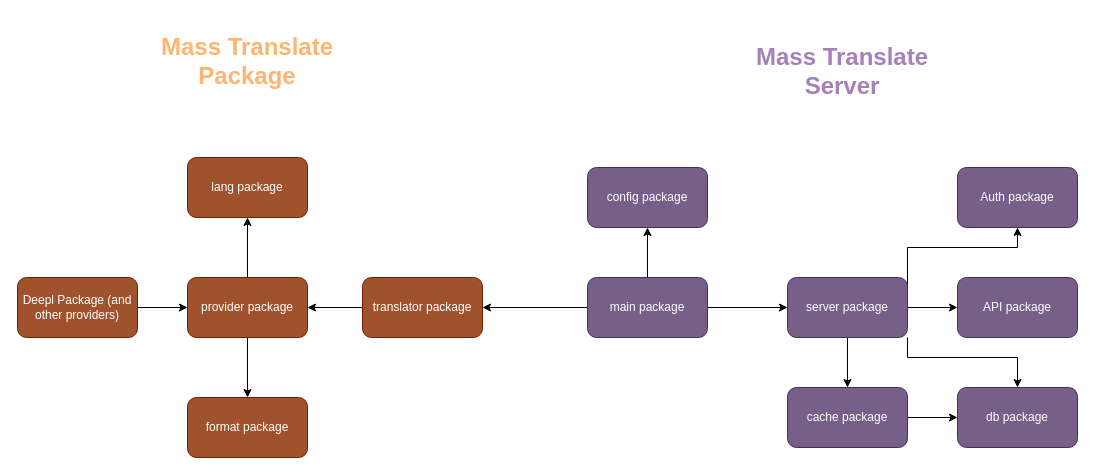
The draw.io diagram diagrams/source/package diagram.drawio in o0n1x/sublate-go, before the edit. Source tidied: cells renumbered, new cells numbered last; positions are measured from the earlier drawing's top-left corner, leaving out a move shared by most shapes. Both pictures are drawn from the tidied source at 100%, with x=0, y=0 at pixel (17, 27).
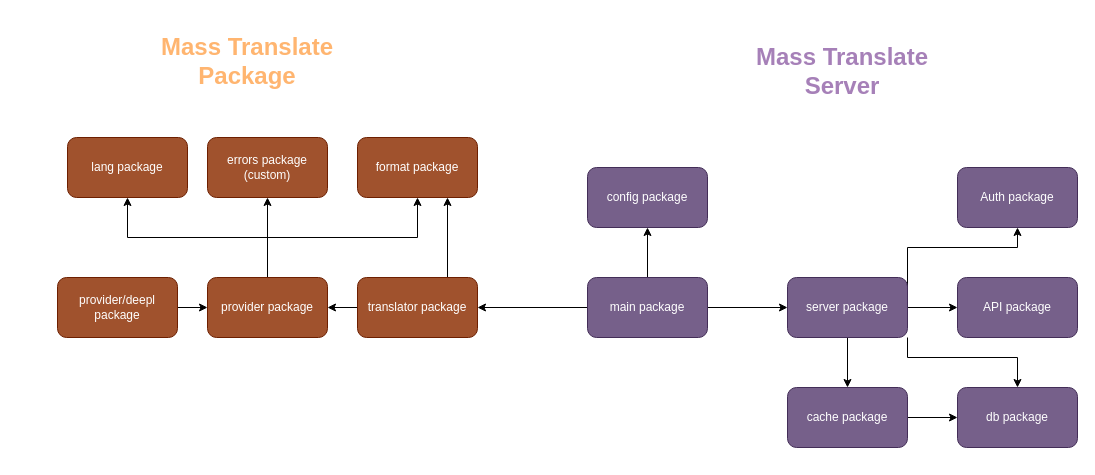
The same page after the edit.

Commit message (it also covers changes not shown here):
updated diagram and README to reflect the new redesign

Change to the diagram source:
```diff
@@
-    <mxCell id="2" style="edgeStyle=orthogonalEdgeStyle;rounded=0;jettySize=auto;html=1;exitX=0.5;exitY=1;exitDx=0;exitDy=0;entryX=0.5;entryY=0;entryDx=0;entryDy=0;" parent="1" edge="1" source="21" target="22">
-      <mxGeometry relative="1" as="geometry" />
+    <mxCell id="2" style="edgeStyle=orthogonalEdgeStyle;rounded=0;jettySize=auto;html=1;exitX=0.5;exitY=0;exitDx=0;exitDy=0;entryX=0.5;entryY=1;entryDx=0;entryDy=0;" parent="1" edge="1" source="21" target="22">
+      <mxGeometry relative="1" as="geometry">
+        <Array as="points">
+          <mxPoint x="250" y="210" />
+          <mxPoint x="400" y="210" />
+        </Array>
+      </mxGeometry>
     </mxCell>
@@
+    <mxCell id="28" style="edgeStyle=orthogonalEdgeStyle;rounded=0;jettySize=auto;html=1;exitX=0.5;exitY=0;exitDx=0;exitDy=0;entryX=0.75;entryY=1;entryDx=0;entryDy=0;" parent="1" edge="1" source="4" target="22">
+      <mxGeometry relative="1" as="geometry">
+        <Array as="points">
+          <mxPoint x="430" y="250" />
+        </Array>
+      </mxGeometry>
+    </mxCell>
     <mxCell id="4" value="translator package" style="rounded=1;whiteSpace=wrap;html=1;fillColor=#a0522d;fontColor=#ffffff;strokeColor=#6D1F00;" parent="1" vertex="1">
-      <mxGeometry x="345" y="250" width="120" height="60" as="geometry" />
+      <mxGeometry x="340" y="250" width="120" height="60" as="geometry" />
     </mxCell>
@@
+    <mxCell id="29" style="edgeStyle=orthogonalEdgeStyle;rounded=0;jettySize=auto;html=1;exitX=0.5;exitY=0;exitDx=0;exitDy=0;entryX=0.5;entryY=1;entryDx=0;entryDy=0;" parent="1" edge="1" source="21" target="30">
+      <mxGeometry relative="1" as="geometry" />
+    </mxCell>
     <mxCell id="21" value="provider package" style="rounded=1;whiteSpace=wrap;html=1;fillColor=#a0522d;fontColor=#ffffff;strokeColor=#6D1F00;" parent="1" vertex="1">
-      <mxGeometry x="170" y="250" width="120" height="60" as="geometry" />
+      <mxGeometry x="190" y="250" width="120" height="60" as="geometry" />
     </mxCell>
     <mxCell id="22" value="format package" style="rounded=1;whiteSpace=wrap;html=1;fillColor=#a0522d;fontColor=#ffffff;strokeColor=#6D1F00;" parent="1" vertex="1">
-      <mxGeometry x="170" y="370" width="120" height="60" as="geometry" />
+      <mxGeometry x="340" y="110" width="120" height="60" as="geometry" />
     </mxCell>
@@
     <mxCell id="25" value="lang package" style="rounded=1;whiteSpace=wrap;html=1;fillColor=#a0522d;fontColor=#ffffff;strokeColor=#6D1F00;" parent="1" vertex="1">
-      <mxGeometry x="170" y="130" width="120" height="60" as="geometry" />
+      <mxGeometry x="50" y="110" width="120" height="60" as="geometry" />
     </mxCell>
@@
-    <mxCell id="27" value="Deepl Package (and other providers)" style="rounded=1;whiteSpace=wrap;html=1;fillColor=#a0522d;fontColor=#ffffff;strokeColor=#6D1F00;" parent="1" vertex="1">
-      <mxGeometry y="250" width="120" height="60" as="geometry" />
+    <mxCell id="27" value="provider/deepl&lt;br&gt;package" style="rounded=1;whiteSpace=wrap;html=1;fillColor=#a0522d;fontColor=#ffffff;strokeColor=#6D1F00;" parent="1" vertex="1">
+      <mxGeometry x="40" y="250" width="120" height="60" as="geometry" />
     </mxCell>
+    <mxCell id="30" value="errors package&lt;br&gt;(custom)" style="rounded=1;whiteSpace=wrap;html=1;fillColor=#a0522d;fontColor=#ffffff;strokeColor=#6D1F00;" parent="1" vertex="1">
+      <mxGeometry x="190" y="110" width="120" height="60" as="geometry" />
+    </mxCell>
```
